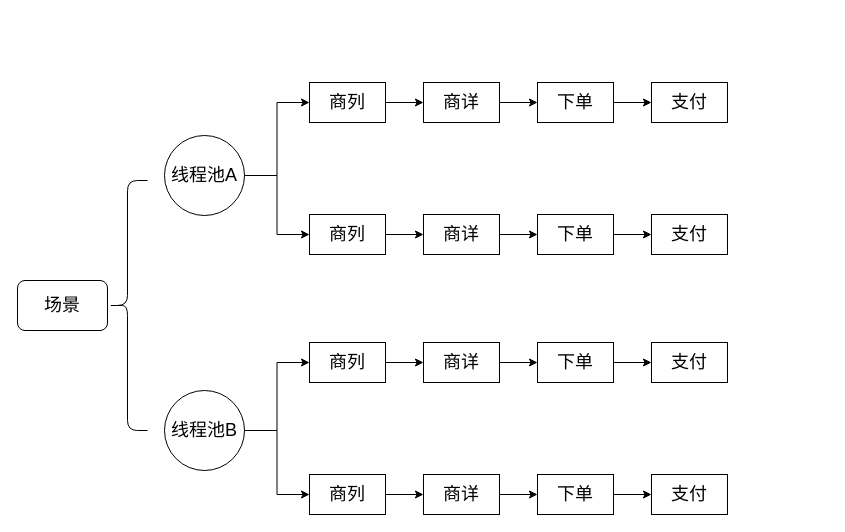
This is tech/presstest/presstest.drawio from waterystone/draw_io, a draw.io file, before an edit. Source tidied: cells renumbered, new cells numbered last; positions are measured from the earlier drawing's top-left corner, leaving out a move shared by most shapes. Both pictures are drawn from the tidied source at 100%, with x=0, y=0 at pixel (17, 82).
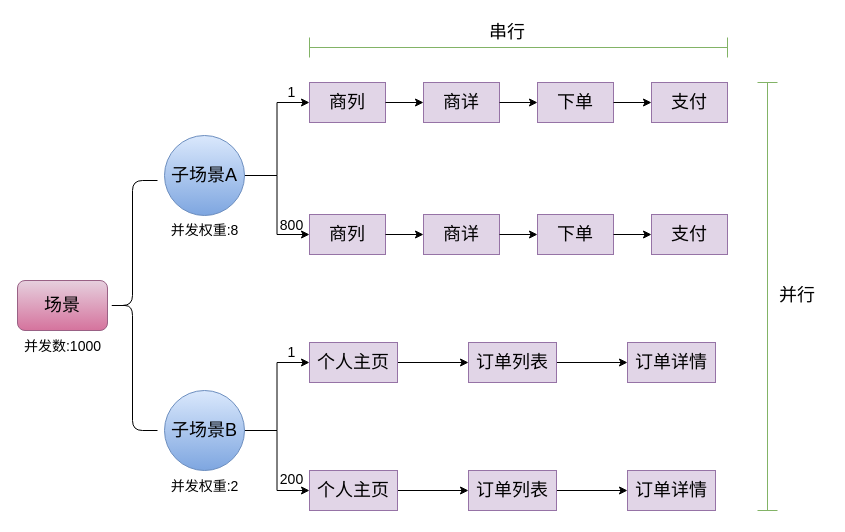
After the change.

The change refers to these unchanged cells:
```xml
<mxCell id="9" style="group;" parent="1" vertex="1">
  <mxGeometry x="292" y="132" width="418" height="40" as="geometry" />
</mxCell>
<mxCell id="17" style="group;" parent="1" vertex="1">
  <mxGeometry x="292" width="418" height="40" as="geometry" />
</mxCell>
```

What changed in the source:
```diff
@@
-    <mxCell id="2" value="场景" style="rounded=1;whiteSpace=wrap;html=1;fontSize=18;" parent="1" vertex="1">
+    <mxCell id="2" value="场景" style="rounded=1;whiteSpace=wrap;html=1;fontSize=18;fillColor=#e6d0de;gradientColor=#d5739d;strokeColor=#996185;" parent="1" vertex="1">
       <mxGeometry y="198" width="90" height="50" as="geometry" />
     </mxCell>
@@
-    <mxCell id="5" value="线程池A" style="ellipse;whiteSpace=wrap;html=1;fontSize=18;fillColor=none;" parent="1" vertex="1">
+    <mxCell id="5" value="子场景A" style="ellipse;whiteSpace=wrap;html=1;fontSize=18;fillColor=#dae8fc;gradientColor=#7ea6e0;strokeColor=#6c8ebf;" parent="1" vertex="1">
       <mxGeometry x="147" y="53" width="80" height="80" as="geometry" />
     </mxCell>
@@
-    <mxCell id="7" style="edgeStyle=orthogonalEdgeStyle;rounded=0;jettySize=auto;html=1;exitX=1;exitY=0.5;exitDx=0;exitDy=0;entryX=0;entryY=0.5;entryDx=0;entryDy=0;fontSize=18;" parent="1" edge="1" source="8" target="27">
-      <mxGeometry relative="1" as="geometry" />
-    </mxCell>
+    <mxCell id="42" style="edgeStyle=orthogonalEdgeStyle;rounded=0;jettySize=auto;html=1;exitX=1;exitY=0.5;exitDx=0;exitDy=0;entryX=0;entryY=0.5;entryDx=0;entryDy=0;fontSize=18;" parent="1" edge="1" source="8" target="52">
+      <mxGeometry relative="1" as="geometry" />
+    </mxCell>
-    <mxCell id="8" value="线程池B" style="ellipse;whiteSpace=wrap;html=1;fontSize=18;fillColor=none;" parent="1" vertex="1">
+    <mxCell id="8" value="子场景B" style="ellipse;whiteSpace=wrap;html=1;fontSize=18;fillColor=#dae8fc;gradientColor=#7ea6e0;strokeColor=#6c8ebf;" parent="1" vertex="1">
       <mxGeometry x="147" y="308" width="80" height="80" as="geometry" />
     </mxCell>
@@
-    <mxCell id="10" value="商列" style="rounded=0;whiteSpace=wrap;html=1;fontSize=18;fillColor=none;" parent="9" vertex="1">
+    <mxCell id="10" value="商列" style="rounded=0;whiteSpace=wrap;html=1;fontSize=18;fillColor=#e1d5e7;strokeColor=#9673a6;" parent="9" vertex="1">
       <mxGeometry width="76" height="40" as="geometry" />
     </mxCell>
-    <mxCell id="11" value="商详" style="rounded=0;whiteSpace=wrap;html=1;fontSize=18;fillColor=none;" parent="9" vertex="1">
+    <mxCell id="11" value="商详" style="rounded=0;whiteSpace=wrap;html=1;fontSize=18;fillColor=#e1d5e7;strokeColor=#9673a6;" parent="9" vertex="1">
       <mxGeometry x="114" width="76" height="40" as="geometry" />
     </mxCell>
@@
-    <mxCell id="13" value="下单" style="rounded=0;whiteSpace=wrap;html=1;fontSize=18;fillColor=none;" parent="9" vertex="1">
+    <mxCell id="13" value="下单" style="rounded=0;whiteSpace=wrap;html=1;fontSize=18;fillColor=#e1d5e7;strokeColor=#9673a6;" parent="9" vertex="1">
       <mxGeometry x="228" width="76" height="40" as="geometry" />
     </mxCell>
@@
-    <mxCell id="15" value="支付" style="rounded=0;whiteSpace=wrap;html=1;fontSize=18;fillColor=none;" parent="9" vertex="1">
+    <mxCell id="15" value="支付" style="rounded=0;whiteSpace=wrap;html=1;fontSize=18;fillColor=#e1d5e7;strokeColor=#9673a6;" parent="9" vertex="1">
       <mxGeometry x="342" width="76" height="40" as="geometry" />
     </mxCell>
@@
-    <mxCell id="18" value="商列" style="rounded=0;whiteSpace=wrap;html=1;fontSize=18;fillColor=none;" parent="17" vertex="1">
+    <mxCell id="18" value="商列" style="rounded=0;whiteSpace=wrap;html=1;fontSize=18;fillColor=#e1d5e7;strokeColor=#9673a6;" parent="17" vertex="1">
       <mxGeometry width="76" height="40" as="geometry" />
     </mxCell>
-    <mxCell id="19" value="商详" style="rounded=0;whiteSpace=wrap;html=1;fontSize=18;fillColor=none;" parent="17" vertex="1">
+    <mxCell id="19" value="商详" style="rounded=0;whiteSpace=wrap;html=1;fontSize=18;fillColor=#e1d5e7;strokeColor=#9673a6;" parent="17" vertex="1">
       <mxGeometry x="114" width="76" height="40" as="geometry" />
     </mxCell>
@@
-    <mxCell id="21" value="下单" style="rounded=0;whiteSpace=wrap;html=1;fontSize=18;fillColor=none;" parent="17" vertex="1">
+    <mxCell id="21" value="下单" style="rounded=0;whiteSpace=wrap;html=1;fontSize=18;fillColor=#e1d5e7;strokeColor=#9673a6;" parent="17" vertex="1">
       <mxGeometry x="228" width="76" height="40" as="geometry" />
     </mxCell>
@@
-    <mxCell id="23" value="支付" style="rounded=0;whiteSpace=wrap;html=1;fontSize=18;fillColor=none;" parent="17" vertex="1">
+    <mxCell id="23" value="支付" style="rounded=0;whiteSpace=wrap;html=1;fontSize=18;fillColor=#e1d5e7;strokeColor=#9673a6;" parent="17" vertex="1">
       <mxGeometry x="342" width="76" height="40" as="geometry" />
     </mxCell>
@@
     <mxCell id="25" style="shape=curlyBracket;whiteSpace=wrap;html=1;rounded=1;fontSize=18;fillColor=none;" parent="1" vertex="1">
-      <mxGeometry x="90" y="98" width="40" height="250" as="geometry" />
+      <mxGeometry x="90" y="98" width="50" height="250" as="geometry" />
     </mxCell>
-    <mxCell id="26" style="group;" parent="1" vertex="1">
-      <mxGeometry x="292" y="392" width="418" height="40" as="geometry" />
-    </mxCell>
-    <mxCell id="27" value="商列" style="rounded=0;whiteSpace=wrap;html=1;fontSize=18;fillColor=none;" parent="26" vertex="1">
-      <mxGeometry width="76" height="40" as="geometry" />
-    </mxCell>
-    <mxCell id="28" value="商详" style="rounded=0;whiteSpace=wrap;html=1;fontSize=18;fillColor=none;" parent="26" vertex="1">
-      <mxGeometry x="114" width="76" height="40" as="geometry" />
-    </mxCell>
-    <mxCell id="29" style="edgeStyle=orthogonalEdgeStyle;rounded=0;jettySize=auto;html=1;exitX=1;exitY=0.5;exitDx=0;exitDy=0;entryX=0;entryY=0.5;entryDx=0;entryDy=0;fontSize=18;" parent="26" edge="1" source="27" target="28">
-      <mxGeometry relative="1" as="geometry" />
-    </mxCell>
-    <mxCell id="30" value="下单" style="rounded=0;whiteSpace=wrap;html=1;fontSize=18;fillColor=none;" parent="26" vertex="1">
-      <mxGeometry x="228" width="76" height="40" as="geometry" />
-    </mxCell>
-    <mxCell id="31" style="edgeStyle=orthogonalEdgeStyle;rounded=0;jettySize=auto;html=1;exitX=1;exitY=0.5;exitDx=0;exitDy=0;entryX=0;entryY=0.5;entryDx=0;entryDy=0;fontSize=18;" parent="26" edge="1" source="28" target="30">
-      <mxGeometry relative="1" as="geometry" />
-    </mxCell>
-    <mxCell id="32" value="支付" style="rounded=0;whiteSpace=wrap;html=1;fontSize=18;fillColor=none;" parent="26" vertex="1">
-      <mxGeometry x="342" width="76" height="40" as="geometry" />
-    </mxCell>
-    <mxCell id="33" style="edgeStyle=orthogonalEdgeStyle;rounded=0;jettySize=auto;html=1;exitX=1;exitY=0.5;exitDx=0;exitDy=0;entryX=0;entryY=0.5;entryDx=0;entryDy=0;fontSize=18;" parent="26" edge="1" source="30" target="32">
-      <mxGeometry relative="1" as="geometry" />
-    </mxCell>
-    <mxCell id="34" style="group;" parent="1" vertex="1">
-      <mxGeometry x="292" y="260" width="418" height="40" as="geometry" />
-    </mxCell>
+    <mxCell id="43" style="shape=crossbar;whiteSpace=wrap;html=1;rounded=1;fontSize=18;fillColor=#d5e8d4;strokeColor=#82b366;" parent="1" vertex="1">
+      <mxGeometry x="292" y="-45" width="418" height="20" as="geometry" />
+    </mxCell>
+    <mxCell id="44" value="串行" style="text;html=1;strokeColor=none;fillColor=none;align=center;verticalAlign=middle;whiteSpace=wrap;rounded=0;fontSize=18;" parent="1" vertex="1">
+      <mxGeometry x="460" y="-65" width="60" height="30" as="geometry" />
+    </mxCell>
+    <mxCell id="45" style="shape=crossbar;whiteSpace=wrap;html=1;rounded=1;direction=south;fontSize=18;fillColor=#d5e8d4;strokeColor=#82b366;" parent="1" vertex="1">
+      <mxGeometry x="740" width="20" height="428" as="geometry" />
+    </mxCell>
+    <mxCell id="46" value="并行" style="text;html=1;strokeColor=none;fillColor=none;align=center;verticalAlign=middle;whiteSpace=wrap;rounded=0;fontSize=18;" parent="1" vertex="1">
+      <mxGeometry x="750" y="198" width="60" height="30" as="geometry" />
+    </mxCell>
+    <mxCell id="47" style="edgeStyle=orthogonalEdgeStyle;rounded=0;jettySize=auto;html=1;exitX=1;exitY=0.5;exitDx=0;exitDy=0;entryX=0;entryY=0.5;entryDx=0;entryDy=0;fontSize=18;" parent="1" edge="1" source="35" target="49">
+      <mxGeometry relative="1" as="geometry" />
+    </mxCell>
-    <mxCell id="35" value="商列" style="rounded=0;whiteSpace=wrap;html=1;fontSize=18;fillColor=none;" parent="34" vertex="1">
-      <mxGeometry width="76" height="40" as="geometry" />
+    <mxCell id="35" value="个人主页" style="rounded=0;whiteSpace=wrap;html=1;fontSize=18;fillColor=#e1d5e7;strokeColor=#9673a6;" parent="1" vertex="1">
+      <mxGeometry x="292" y="260" width="88" height="40" as="geometry" />
     </mxCell>
-    <mxCell id="36" value="商详" style="rounded=0;whiteSpace=wrap;html=1;fontSize=18;fillColor=none;" parent="34" vertex="1">
-      <mxGeometry x="114" width="76" height="40" as="geometry" />
-    </mxCell>
-    <mxCell id="37" style="edgeStyle=orthogonalEdgeStyle;rounded=0;jettySize=auto;html=1;exitX=1;exitY=0.5;exitDx=0;exitDy=0;entryX=0;entryY=0.5;entryDx=0;entryDy=0;fontSize=18;" parent="34" edge="1" source="35" target="36">
-      <mxGeometry relative="1" as="geometry" />
-    </mxCell>
-    <mxCell id="38" value="下单" style="rounded=0;whiteSpace=wrap;html=1;fontSize=18;fillColor=none;" parent="34" vertex="1">
-      <mxGeometry x="228" width="76" height="40" as="geometry" />
-    </mxCell>
-    <mxCell id="39" style="edgeStyle=orthogonalEdgeStyle;rounded=0;jettySize=auto;html=1;exitX=1;exitY=0.5;exitDx=0;exitDy=0;entryX=0;entryY=0.5;entryDx=0;entryDy=0;fontSize=18;" parent="34" edge="1" source="36" target="38">
-      <mxGeometry relative="1" as="geometry" />
-    </mxCell>
-    <mxCell id="40" value="支付" style="rounded=0;whiteSpace=wrap;html=1;fontSize=18;fillColor=none;" parent="34" vertex="1">
-      <mxGeometry x="342" width="76" height="40" as="geometry" />
-    </mxCell>
-    <mxCell id="41" style="edgeStyle=orthogonalEdgeStyle;rounded=0;jettySize=auto;html=1;exitX=1;exitY=0.5;exitDx=0;exitDy=0;entryX=0;entryY=0.5;entryDx=0;entryDy=0;fontSize=18;" parent="34" edge="1" source="38" target="40">
-      <mxGeometry relative="1" as="geometry" />
-    </mxCell>
+    <mxCell id="48" style="edgeStyle=orthogonalEdgeStyle;rounded=0;jettySize=auto;html=1;exitX=1;exitY=0.5;exitDx=0;exitDy=0;entryX=0;entryY=0.5;entryDx=0;entryDy=0;fontSize=18;" parent="1" edge="1" source="49" target="50">
+      <mxGeometry relative="1" as="geometry" />
+    </mxCell>
+    <mxCell id="49" value="订单列表" style="rounded=0;whiteSpace=wrap;html=1;fontSize=18;fillColor=#e1d5e7;strokeColor=#9673a6;" parent="1" vertex="1">
+      <mxGeometry x="451" y="260" width="88" height="40" as="geometry" />
+    </mxCell>
+    <mxCell id="50" value="订单详情" style="rounded=0;whiteSpace=wrap;html=1;fontSize=18;fillColor=#e1d5e7;strokeColor=#9673a6;" parent="1" vertex="1">
+      <mxGeometry x="610" y="260" width="88" height="40" as="geometry" />
+    </mxCell>
+    <mxCell id="51" style="edgeStyle=orthogonalEdgeStyle;rounded=0;jettySize=auto;html=1;exitX=1;exitY=0.5;exitDx=0;exitDy=0;entryX=0;entryY=0.5;entryDx=0;entryDy=0;fontSize=18;" parent="1" edge="1" source="52" target="54">
+      <mxGeometry relative="1" as="geometry" />
+    </mxCell>
+    <mxCell id="52" value="个人主页" style="rounded=0;whiteSpace=wrap;html=1;fontSize=18;fillColor=#e1d5e7;strokeColor=#9673a6;" parent="1" vertex="1">
+      <mxGeometry x="292" y="388" width="88" height="40" as="geometry" />
+    </mxCell>
+    <mxCell id="53" style="edgeStyle=orthogonalEdgeStyle;rounded=0;jettySize=auto;html=1;exitX=1;exitY=0.5;exitDx=0;exitDy=0;entryX=0;entryY=0.5;entryDx=0;entryDy=0;fontSize=18;" parent="1" edge="1" source="54" target="55">
+      <mxGeometry relative="1" as="geometry" />
+    </mxCell>
+    <mxCell id="54" value="订单列表" style="rounded=0;whiteSpace=wrap;html=1;fontSize=18;fillColor=#e1d5e7;strokeColor=#9673a6;" parent="1" vertex="1">
+      <mxGeometry x="451" y="388" width="88" height="40" as="geometry" />
+    </mxCell>
+    <mxCell id="55" value="订单详情" style="rounded=0;whiteSpace=wrap;html=1;fontSize=18;fillColor=#e1d5e7;strokeColor=#9673a6;" parent="1" vertex="1">
+      <mxGeometry x="610" y="388" width="88" height="40" as="geometry" />
+    </mxCell>
+    <mxCell id="56" value="&lt;font style=&quot;font-size: 14px&quot;&gt;并发数:1000&lt;/font&gt;" style="text;html=1;strokeColor=none;fillColor=none;align=center;verticalAlign=middle;whiteSpace=wrap;rounded=0;fontSize=18;" parent="1" vertex="1">
+      <mxGeometry x="2.5" y="248" width="85" height="30" as="geometry" />
+    </mxCell>
+    <mxCell id="57" value="&lt;font style=&quot;font-size: 14px&quot;&gt;并发权重:8&lt;/font&gt;" style="text;html=1;strokeColor=none;fillColor=none;align=center;verticalAlign=middle;whiteSpace=wrap;rounded=0;fontSize=18;" parent="1" vertex="1">
+      <mxGeometry x="144.5" y="132" width="85" height="30" as="geometry" />
+    </mxCell>
+    <mxCell id="58" value="&lt;font style=&quot;font-size: 14px&quot;&gt;并发权重:2&lt;/font&gt;" style="text;html=1;strokeColor=none;fillColor=none;align=center;verticalAlign=middle;whiteSpace=wrap;rounded=0;fontSize=18;" parent="1" vertex="1">
+      <mxGeometry x="144.5" y="388" width="85" height="30" as="geometry" />
+    </mxCell>
+    <mxCell id="59" value="&lt;font style=&quot;font-size: 14px&quot;&gt;1&lt;/font&gt;" style="text;html=1;strokeColor=none;fillColor=none;align=center;verticalAlign=middle;whiteSpace=wrap;rounded=0;fontSize=18;" parent="1" vertex="1">
+      <mxGeometry x="231.5" y="-6" width="85" height="30" as="geometry" />
+    </mxCell>
+    <mxCell id="60" value="&lt;font style=&quot;font-size: 14px&quot;&gt;800&lt;/font&gt;" style="text;html=1;strokeColor=none;fillColor=none;align=center;verticalAlign=middle;whiteSpace=wrap;rounded=0;fontSize=18;" parent="1" vertex="1">
+      <mxGeometry x="231.5" y="127" width="85" height="30" as="geometry" />
+    </mxCell>
+    <mxCell id="61" value="&lt;font style=&quot;font-size: 14px&quot;&gt;1&lt;/font&gt;" style="text;html=1;strokeColor=none;fillColor=none;align=center;verticalAlign=middle;whiteSpace=wrap;rounded=0;fontSize=18;" parent="1" vertex="1">
+      <mxGeometry x="231.5" y="254" width="85" height="30" as="geometry" />
+    </mxCell>
+    <mxCell id="62" value="&lt;font style=&quot;font-size: 14px&quot;&gt;200&lt;/font&gt;" style="text;html=1;strokeColor=none;fillColor=none;align=center;verticalAlign=middle;whiteSpace=wrap;rounded=0;fontSize=18;" parent="1" vertex="1">
+      <mxGeometry x="231.5" y="381" width="85" height="30" as="geometry" />
+    </mxCell>
```
